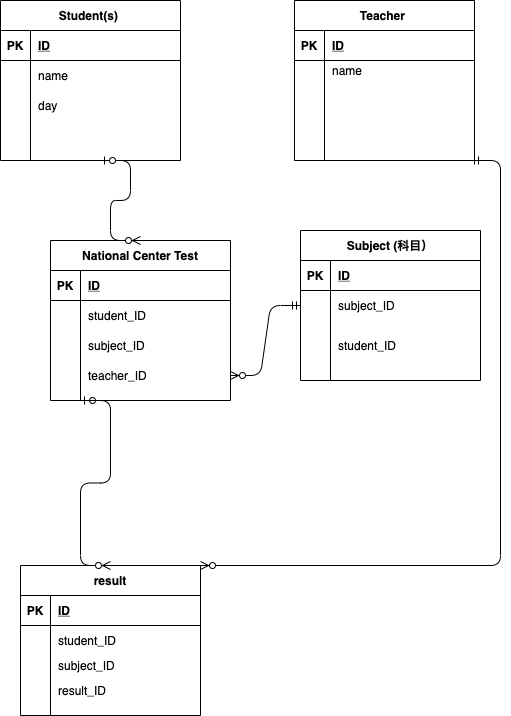
Above: index. .drawio.png in hitomineo/2021-12-24-ito-ER (draw.io), before the change. Source tidied: cells renumbered, new cells last; positions are measured from the earlier drawing's top-left corner, leaving out a move shared by most shapes.
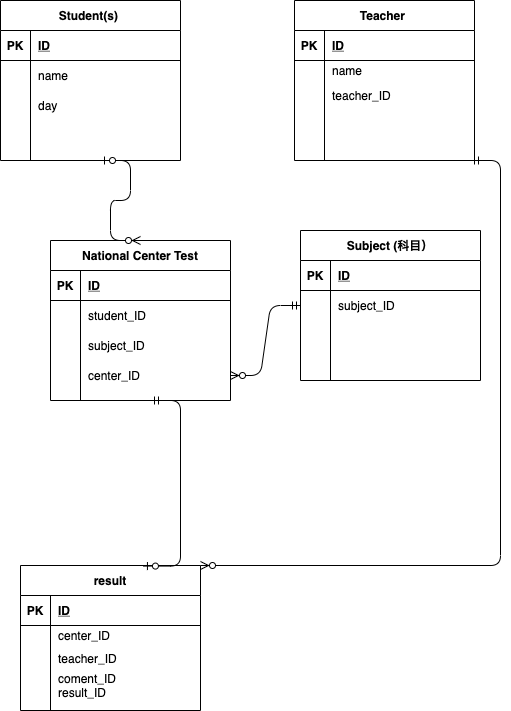
Later version of the same file.

Diff of the diagram source:
```diff
@@ -29,7 +29,7 @@
     <mxCell id="10" style="shape=partialRectangle;fillColor=none;top=0;left=0;bottom=0;right=0;overflow=hidden;" parent="9" vertex="1">
       <mxGeometry width="30" height="30" as="geometry" />
     </mxCell>
-    <mxCell id="11" style="shape=partialRectangle;fillColor=none;top=0;left=0;bottom=0;right=0;align=left;spacingLeft=6;overflow=hidden;" parent="9" vertex="1">
+    <mxCell id="11" value="teacher_ID" style="shape=partialRectangle;fillColor=none;top=0;left=0;bottom=0;right=0;align=left;spacingLeft=6;overflow=hidden;" parent="9" vertex="1">
       <mxGeometry x="30" width="150" height="30" as="geometry" />
     </mxCell>
     <mxCell id="12" style="shape=partialRectangle;fillColor=none;top=0;left=0;bottom=0;right=0;" parent="2" vertex="1">
@@ -42,7 +42,7 @@
       <mxGeometry x="30" width="150" height="30" as="geometry" />
     </mxCell>
     <mxCell id="15" value="result" style="shape=table;startSize=30;rowLines=0;fontStyle=1;align=center;" parent="1" vertex="1">
-      <mxGeometry x="20" y="565" width="180" height="150" as="geometry" />
+      <mxGeometry x="20" y="565" width="180" height="145" as="geometry" />
     </mxCell>
     <mxCell id="16" style="shape=partialRectangle;fillColor=none;top=0;left=0;bottom=1;right=0;" parent="15" vertex="1">
       <mxGeometry y="30" width="180" height="30" as="geometry" />
@@ -54,30 +54,30 @@
       <mxGeometry x="30" width="150" height="30" as="geometry" />
     </mxCell>
     <mxCell id="19" style="shape=partialRectangle;fillColor=none;top=0;left=0;bottom=0;right=0;" parent="15" vertex="1">
-      <mxGeometry y="60" width="180" height="30" as="geometry" />
+      <mxGeometry y="60" width="180" height="20" as="geometry" />
     </mxCell>
     <mxCell id="20" style="shape=partialRectangle;fillColor=none;top=0;left=0;bottom=0;right=0;overflow=hidden;" parent="19" vertex="1">
-      <mxGeometry width="30" height="30" as="geometry" />
+      <mxGeometry width="30" height="20" as="geometry" />
     </mxCell>
-    <mxCell id="21" value="student_ID" style="shape=partialRectangle;fillColor=none;top=0;left=0;bottom=0;right=0;align=left;spacingLeft=6;overflow=hidden;" parent="19" vertex="1">
-      <mxGeometry x="30" width="150" height="30" as="geometry" />
+    <mxCell id="21" value="center_ID" style="shape=partialRectangle;fillColor=none;top=0;left=0;bottom=0;right=0;align=left;spacingLeft=6;overflow=hidden;" parent="19" vertex="1">
+      <mxGeometry x="30" width="150" height="20" as="geometry" />
     </mxCell>
     <mxCell id="22" style="shape=partialRectangle;fillColor=none;top=0;left=0;bottom=0;right=0;" parent="15" vertex="1">
-      <mxGeometry y="90" width="180" height="20" as="geometry" />
+      <mxGeometry y="80" width="180" height="25" as="geometry" />
     </mxCell>
     <mxCell id="23" style="shape=partialRectangle;fillColor=none;top=0;left=0;bottom=0;right=0;overflow=hidden;" parent="22" vertex="1">
-      <mxGeometry width="30" height="20" as="geometry" />
+      <mxGeometry width="30" height="25" as="geometry" />
     </mxCell>
-    <mxCell id="24" value="subject_ID" style="shape=partialRectangle;fillColor=none;top=0;left=0;bottom=0;right=0;align=left;spacingLeft=6;overflow=hidden;" parent="22" vertex="1">
-      <mxGeometry x="30" width="150" height="20" as="geometry" />
+    <mxCell id="24" value="teacher_ID" style="shape=partialRectangle;fillColor=none;top=0;left=0;bottom=0;right=0;align=left;spacingLeft=6;overflow=hidden;" parent="22" vertex="1">
+      <mxGeometry x="30" width="150" height="25" as="geometry" />
     </mxCell>
     <mxCell id="25" style="shape=partialRectangle;fillColor=none;top=0;left=0;bottom=0;right=0;" parent="15" vertex="1">
-      <mxGeometry y="110" width="180" height="30" as="geometry" />
+      <mxGeometry y="105" width="180" height="30" as="geometry" />
     </mxCell>
     <mxCell id="26" style="shape=partialRectangle;fillColor=none;top=0;left=0;bottom=0;right=0;overflow=hidden;" parent="25" vertex="1">
       <mxGeometry width="30" height="30" as="geometry" />
     </mxCell>
-    <mxCell id="27" value="result_ID" style="shape=partialRectangle;fillColor=none;top=0;left=0;bottom=0;right=0;align=left;spacingLeft=6;overflow=hidden;" parent="25" vertex="1">
+    <mxCell id="27" value="coment_ID&#10;result_ID" style="shape=partialRectangle;fillColor=none;top=0;left=0;bottom=0;right=0;align=left;spacingLeft=6;overflow=hidden;" parent="25" vertex="1">
       <mxGeometry x="30" width="150" height="30" as="geometry" />
     </mxCell>
     <mxCell id="28" value="Student(s) " style="shape=table;startSize=30;rowLines=0;fontStyle=1;align=center;" parent="1" vertex="1">
@@ -146,14 +146,9 @@
     <mxCell id="49" style="shape=partialRectangle;fillColor=none;top=0;left=0;bottom=0;right=0;overflow=hidden;" parent="48" vertex="1">
       <mxGeometry width="30" height="50" as="geometry" />
     </mxCell>
-    <mxCell id="50" value="student_ID" style="shape=partialRectangle;fillColor=none;top=0;left=0;bottom=0;right=0;align=left;spacingLeft=6;overflow=hidden;" parent="48" vertex="1">
+    <mxCell id="50" style="shape=partialRectangle;fillColor=none;top=0;left=0;bottom=0;right=0;align=left;spacingLeft=6;overflow=hidden;" parent="48" vertex="1">
       <mxGeometry x="30" width="150" height="50" as="geometry" />
     </mxCell>
-    <mxCell id="51" style="edgeStyle=entityRelationEdgeStyle;fontSize=12;html=1;endArrow=ERzeroToMany;startArrow=ERzeroToOne;entryX=0.5;entryY=0;entryDx=0;entryDy=0;" parent="1" edge="1" target="15">
-      <mxGeometry relative="1" as="geometry">
-        <mxPoint x="80" y="400" as="sourcePoint" />
-      </mxGeometry>
-    </mxCell>
     <mxCell id="52" style="edgeStyle=entityRelationEdgeStyle;fontSize=12;html=1;endArrow=ERzeroToMany;startArrow=ERmandOne;entryX=1;entryY=0;entryDx=0;entryDy=0;" parent="1" edge="1" target="15">
       <mxGeometry relative="1" as="geometry">
         <mxPoint x="470" y="160" as="sourcePoint" />
@@ -195,7 +190,7 @@
     <mxCell id="64" style="shape=partialRectangle;fillColor=none;top=0;left=0;bottom=0;right=0;overflow=hidden;" parent="63" vertex="1">
       <mxGeometry width="30" height="30" as="geometry" />
     </mxCell>
-    <mxCell id="65" value="teacher_ID" style="shape=partialRectangle;fillColor=none;top=0;left=0;bottom=0;right=0;align=left;spacingLeft=6;overflow=hidden;" parent="63" vertex="1">
+    <mxCell id="65" value="center_ID" style="shape=partialRectangle;fillColor=none;top=0;left=0;bottom=0;right=0;align=left;spacingLeft=6;overflow=hidden;" parent="63" vertex="1">
       <mxGeometry x="30" width="150" height="30" as="geometry" />
     </mxCell>
     <mxCell id="66" style="edgeStyle=entityRelationEdgeStyle;fontSize=12;html=1;endArrow=ERzeroToMany;startArrow=ERzeroToOne;entryX=0.5;entryY=0;entryDx=0;entryDy=0;" parent="1" edge="1" target="53">
@@ -206,5 +201,10 @@
     <mxCell id="67" style="edgeStyle=entityRelationEdgeStyle;fontSize=12;html=1;endArrow=ERzeroToMany;startArrow=ERmandOne;exitX=0;exitY=0.5;exitDx=0;exitDy=0;entryX=1;entryY=0.5;entryDx=0;entryDy=0;" parent="1" edge="1" source="45" target="63">
       <mxGeometry relative="1" as="geometry" />
     </mxCell>
+    <mxCell id="68" style="edgeStyle=entityRelationEdgeStyle;fontSize=12;html=1;endArrow=ERzeroToOne;startArrow=ERmandOne;entryX=0.683;entryY=0.004;entryDx=0;entryDy=0;entryPerimeter=0;" parent="1" edge="1" target="15">
+      <mxGeometry relative="1" as="geometry">
+        <mxPoint x="150" y="400" as="sourcePoint" />
+      </mxGeometry>
+    </mxCell>
   </root>
 </mxGraphModel>
```
